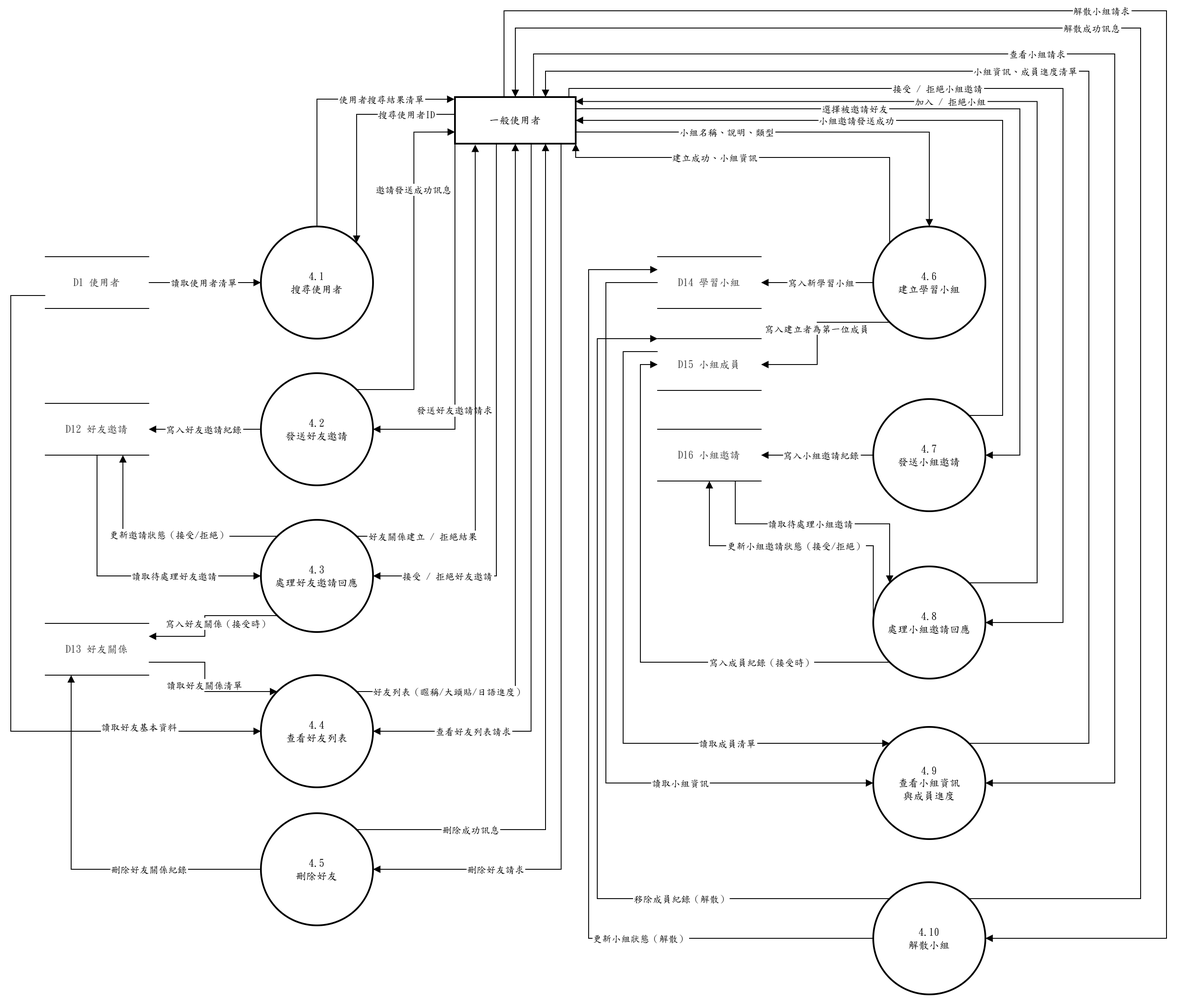
The draw.io diagram 系統文件/第6章/DFD-圖4.drawio.png in s22452007/115502, before a commit. Source tidied: cells renumbered, new cells last; positions are measured from the earlier drawing's top-left corner, leaving out a move shared by most shapes.
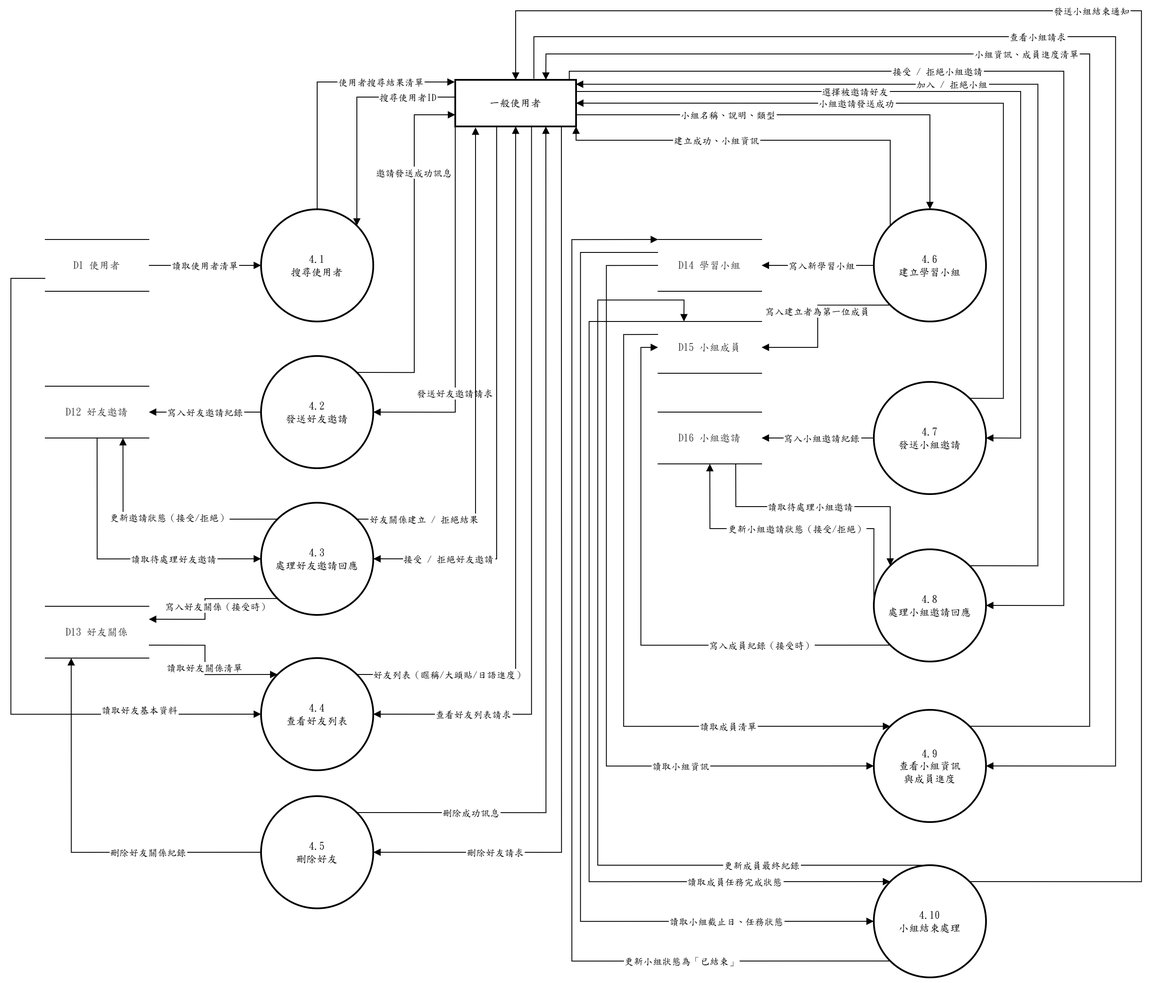
The same diagram one commit later.

Commit message:
修正圖4錯誤

What changed in the source:
```diff
@@ -14,7 +14,7 @@
     <mxCell id="5" value="4.4&#10;查看好友列表" style="ellipse;strokeWidth=2;whiteSpace=wrap;fontFamily=標楷體;" parent="1" vertex="1">
       <mxGeometry x="290" y="770" width="130" height="130" as="geometry" />
     </mxCell>
-    <mxCell id="6" value="4.10&#10;解散小組" style="ellipse;strokeWidth=2;whiteSpace=wrap;fontFamily=標楷體;" parent="1" vertex="1">
+    <mxCell id="6" value="4.10&#10;小組結束處理" style="ellipse;strokeWidth=2;whiteSpace=wrap;fontFamily=標楷體;" parent="1" vertex="1">
       <mxGeometry x="1000" y="1010" width="130" height="130" as="geometry" />
     </mxCell>
     <mxCell id="7" value="4.9&#10;查看小組資訊&#10;與成員進度" style="ellipse;strokeWidth=2;whiteSpace=wrap;fontFamily=標楷體;" parent="1" vertex="1">
@@ -222,7 +222,7 @@
         <mxPoint x="1" as="offset" />
       </mxGeometry>
     </mxCell>
-    <mxCell id="53" value="解散成功訊息" style="startArrow=none;endArrow=block;rounded=0;edgeStyle=orthogonalEdgeStyle;fontFamily=標楷體;exitX=1;exitY=0;exitDx=0;exitDy=0;entryX=0.5;entryY=0;entryDx=0;entryDy=0;" parent="1" edge="1" source="6" target="12">
+    <mxCell id="53" value="發送小組結束通知" style="startArrow=none;endArrow=block;rounded=0;edgeStyle=orthogonalEdgeStyle;fontFamily=標楷體;exitX=1;exitY=0;exitDx=0;exitDy=0;entryX=0.5;entryY=0;entryDx=0;entryDy=0;" parent="1" edge="1" source="6" target="12">
       <mxGeometry x="0.26" relative="1" as="geometry">
         <Array as="points">
           <mxPoint x="1310" y="1029" />
@@ -231,30 +231,38 @@
         </Array>
       </mxGeometry>
     </mxCell>
-    <mxCell id="54" value="解散小組請求" style="startArrow=none;endArrow=block;entryX=1;entryY=0.5;rounded=0;entryDx=0;entryDy=0;edgeStyle=orthogonalEdgeStyle;fontFamily=標楷體;exitX=0.406;exitY=-0.006;exitDx=0;exitDy=0;exitPerimeter=0;" parent="1" edge="1" source="12" target="6">
-      <mxGeometry x="-0.26" relative="1" as="geometry">
-        <Array as="points">
-          <mxPoint x="572" />
-          <mxPoint x="1340" />
-          <mxPoint x="1340" y="1075" />
-        </Array>
-      </mxGeometry>
-    </mxCell>
-    <mxCell id="55" value="更新小組狀態（解散）" style="startArrow=none;endArrow=block;rounded=0;fontFamily=標楷體;entryX=0;entryY=0.25;entryDx=0;entryDy=0;edgeStyle=orthogonalEdgeStyle;exitX=0;exitY=0.5;exitDx=0;exitDy=0;" parent="1" edge="1" source="6" target="36">
-      <mxGeometry x="-0.54" relative="1" as="geometry">
+    <mxCell id="55" value="更新小組狀態為「已結束」" style="startArrow=none;endArrow=block;rounded=0;fontFamily=標楷體;entryX=0;entryY=0;entryDx=0;entryDy=0;edgeStyle=orthogonalEdgeStyle;exitX=0;exitY=1;exitDx=0;exitDy=0;" parent="1" edge="1" source="6" target="36">
+      <mxGeometry x="-0.63" relative="1" as="geometry">
         <Array as="points">
-          <mxPoint x="670" y="1075" />
-          <mxPoint x="670" y="300" />
+          <mxPoint x="650" y="1121" />
+          <mxPoint x="650" y="285" />
         </Array>
       </mxGeometry>
     </mxCell>
-    <mxCell id="56" value="移除成員紀錄（解散）" style="startArrow=none;endArrow=block;rounded=0;fontFamily=標楷體;entryX=0;entryY=0;entryDx=0;entryDy=0;edgeStyle=orthogonalEdgeStyle;exitX=0;exitY=0;exitDx=0;exitDy=0;" parent="1" edge="1" source="6" target="37">
-      <mxGeometry x="-0.54" relative="1" as="geometry">
+    <mxCell id="56" value="更新成員最終紀錄" style="startArrow=none;endArrow=block;rounded=0;fontFamily=標楷體;entryX=0.25;entryY=0;entryDx=0;entryDy=0;edgeStyle=orthogonalEdgeStyle;exitX=0.5;exitY=0;exitDx=0;exitDy=0;" parent="1" edge="1" source="6" target="37">
+      <mxGeometry x="-0.67" relative="1" as="geometry">
         <Array as="points">
-          <mxPoint x="680" y="1029" />
-          <mxPoint x="680" y="380" />
+          <mxPoint x="680" y="1010" />
+          <mxPoint x="680" y="355" />
+          <mxPoint x="780" y="355" />
         </Array>
       </mxGeometry>
     </mxCell>
+    <mxCell id="57" value="讀取小組截止日、任務狀態" style="startArrow=none;endArrow=block;rounded=0;fontFamily=標楷體;entryX=0;entryY=0.5;entryDx=0;entryDy=0;exitX=0;exitY=0.25;exitDx=0;exitDy=0;edgeStyle=orthogonalEdgeStyle;" parent="1" edge="1" source="36" target="6">
+      <mxGeometry x="0.72" relative="1" as="geometry">
+        <Array as="points">
+          <mxPoint x="660" y="300" />
+          <mxPoint x="660" y="1075" />
+        </Array>
+      </mxGeometry>
+    </mxCell>
+    <mxCell id="58" value="讀取成員任務完成狀態" style="startArrow=none;endArrow=block;rounded=0;fontFamily=標楷體;entryX=0;entryY=0;entryDx=0;entryDy=0;exitX=0;exitY=0;exitDx=0;exitDy=0;edgeStyle=orthogonalEdgeStyle;" parent="1" edge="1" source="37" target="6">
+      <mxGeometry x="0.67" relative="1" as="geometry">
+        <Array as="points">
+          <mxPoint x="670" y="380" />
+          <mxPoint x="670" y="1029" />
+        </Array>
+      </mxGeometry>
+    </mxCell>
   </root>
 </mxGraphModel>
```
